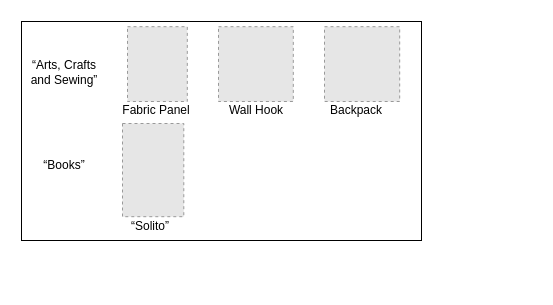
This is illustration-CIKM2023.drawio from wenqisun/data, a draw.io file, before an edit. Source tidied: cells renumbered, new cells numbered last; positions are measured from the earlier drawing's top-left corner, leaving out a move shared by most shapes. Both pictures are drawn from the tidied source at 100%, with x=0, y=0 at pixel (21, 21). Pictures stored in the file or linked from it are replaced by grey dashed boxes.
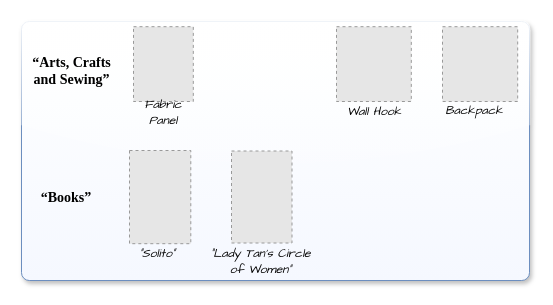
Above is the later version.

Change to the diagram source:
```diff
@@
 <mxGraphModel>
   <root>
     <mxCell id="0" />
     <mxCell id="1" parent="0" />
-    <mxCell id="2" style="rounded=0;whiteSpace=wrap;html=1;" parent="1" vertex="1">
-      <mxGeometry width="400" height="219" as="geometry" />
+    <mxCell id="2" style="rounded=1;whiteSpace=wrap;html=1;shadow=1;glass=1;arcSize=3;fillColor=default;strokeColor=#6c8ebf;gradientColor=#F5F8FF;" parent="1" vertex="1">
+      <mxGeometry width="508" height="259" as="geometry" />
     </mxCell>
-    <mxCell id="3" value="“Arts, Crafts and Sewing”" style="text;strokeColor=none;align=center;fillColor=none;html=1;verticalAlign=middle;whiteSpace=wrap;rounded=0;" parent="1" vertex="1">
-      <mxGeometry x="3" y="36" width="80" height="30" as="geometry" />
+    <mxCell id="3" value="&lt;b&gt;&lt;font face=&quot;Times New Roman&quot; style=&quot;font-size: 14px;&quot;&gt;“Arts, Crafts and Sewing”&lt;/font&gt;&lt;/b&gt;" style="text;strokeColor=none;align=center;fillColor=none;html=1;verticalAlign=middle;whiteSpace=wrap;rounded=0;" parent="1" vertex="1">
+      <mxGeometry x="3" y="35" width="95" height="30" as="geometry" />
     </mxCell>
     <mxCell id="4" style="fillColor=#E6E6E6;strokeColor=#999999;dashed=1;verticalLabelPosition=bottom;verticalAlign=top;" parent="1" vertex="1">
-      <mxGeometry x="106" y="5.2" width="59.8" height="74.8" as="geometry" />
+      <mxGeometry x="112" y="5.2" width="59.8" height="74.8" as="geometry" />
     </mxCell>
-    <mxCell id="5" value="Fabric Panel" style="text;strokeColor=none;align=center;fillColor=none;html=1;verticalAlign=middle;whiteSpace=wrap;rounded=0;" parent="1" vertex="1">
-      <mxGeometry x="99.9" y="74" width="70" height="30" as="geometry" />
+    <mxCell id="5" value="&lt;font face=&quot;Comic Sans MS&quot;&gt;&lt;i&gt;Fabric Panel&lt;/i&gt;&lt;/font&gt;" style="text;strokeColor=none;align=center;fillColor=none;html=1;verticalAlign=middle;whiteSpace=wrap;rounded=0;" parent="1" vertex="1">
+      <mxGeometry x="106.9" y="76" width="70" height="30" as="geometry" />
     </mxCell>
-    <mxCell id="6" value="Wall Hook" style="text;strokeColor=none;align=center;fillColor=none;html=1;verticalAlign=middle;whiteSpace=wrap;rounded=0;" parent="1" vertex="1">
-      <mxGeometry x="200" y="74" width="70" height="30" as="geometry" />
+    <mxCell id="6" value="&lt;font face=&quot;Comic Sans MS&quot;&gt;&lt;i&gt;Wall Hook&lt;/i&gt;&lt;/font&gt;" style="text;strokeColor=none;align=center;fillColor=none;html=1;verticalAlign=middle;whiteSpace=wrap;rounded=0;" parent="1" vertex="1">
+      <mxGeometry x="318" y="75" width="70" height="30" as="geometry" />
     </mxCell>
     <mxCell id="7" style="fillColor=#E6E6E6;strokeColor=#999999;dashed=1;verticalLabelPosition=bottom;verticalAlign=top;" parent="1" vertex="1">
-      <mxGeometry x="197" y="5.2" width="74.8" height="74.8" as="geometry" />
+      <mxGeometry x="315" y="5.2" width="74.8" height="74.8" as="geometry" />
     </mxCell>
     <mxCell id="8" style="fillColor=#E6E6E6;strokeColor=#999999;dashed=1;verticalLabelPosition=bottom;verticalAlign=top;" parent="1" vertex="1">
-      <mxGeometry x="303" y="5.2" width="75.2" height="74.8" as="geometry" />
+      <mxGeometry x="421" y="5.2" width="75.2" height="74.8" as="geometry" />
     </mxCell>
-    <mxCell id="9" value="Backpack" style="text;strokeColor=none;align=center;fillColor=none;html=1;verticalAlign=middle;whiteSpace=wrap;rounded=0;" parent="1" vertex="1">
-      <mxGeometry x="300" y="74" width="70" height="30" as="geometry" />
+    <mxCell id="9" value="&lt;font face=&quot;Comic Sans MS&quot;&gt;&lt;i&gt;Backpack&lt;/i&gt;&lt;/font&gt;" style="text;strokeColor=none;align=center;fillColor=none;html=1;verticalAlign=middle;whiteSpace=wrap;rounded=0;" parent="1" vertex="1">
+      <mxGeometry x="418" y="74" width="70" height="30" as="geometry" />
     </mxCell>
-    <mxCell id="10" value="“Books”" style="text;strokeColor=none;align=center;fillColor=none;html=1;verticalAlign=middle;whiteSpace=wrap;rounded=0;" parent="1" vertex="1">
-      <mxGeometry x="3" y="129" width="80" height="30" as="geometry" />
+    <mxCell id="10" value="&lt;font face=&quot;Times New Roman&quot; style=&quot;font-size: 14px;&quot;&gt;&lt;b style=&quot;&quot;&gt;“Books”&lt;/b&gt;&lt;/font&gt;" style="text;strokeColor=none;align=center;fillColor=none;html=1;verticalAlign=middle;whiteSpace=wrap;rounded=0;" parent="1" vertex="1">
+      <mxGeometry x="5" y="162" width="80" height="30" as="geometry" />
     </mxCell>
-    <mxCell id="11" value="“Solito”" style="text;strokeColor=none;align=center;fillColor=none;html=1;verticalAlign=middle;whiteSpace=wrap;rounded=0;" parent="1" vertex="1">
-      <mxGeometry x="93.9" y="190" width="70" height="30" as="geometry" />
+    <mxCell id="11" value="&lt;i&gt;&lt;font face=&quot;Comic Sans MS&quot;&gt;“Solito”&lt;/font&gt;&lt;/i&gt;" style="text;strokeColor=none;align=center;fillColor=none;html=1;verticalAlign=middle;whiteSpace=wrap;rounded=0;" parent="1" vertex="1">
+      <mxGeometry x="100.9" y="217" width="70" height="30" as="geometry" />
     </mxCell>
     <mxCell id="12" style="fillColor=#E6E6E6;strokeColor=#999999;dashed=1;verticalLabelPosition=bottom;verticalAlign=top;" parent="1" vertex="1">
-      <mxGeometry x="101" y="102" width="61.3" height="93.2" as="geometry" />
+      <mxGeometry x="108" y="129" width="61.3" height="93.2" as="geometry" />
     </mxCell>
+    <mxCell id="13" value="&lt;font face=&quot;Comic Sans MS&quot;&gt;&lt;i&gt;“Lady Tan's Circle of Women”&lt;/i&gt;&lt;/font&gt;" style="text;strokeColor=none;align=center;fillColor=none;html=1;verticalAlign=middle;whiteSpace=wrap;rounded=0;" parent="1" vertex="1">
+      <mxGeometry x="186.9" y="225" width="105.1" height="30" as="geometry" />
+    </mxCell>
+    <mxCell id="14" style="fillColor=#E6E6E6;strokeColor=#999999;dashed=1;verticalLabelPosition=bottom;verticalAlign=top;" parent="1" vertex="1">
+      <mxGeometry x="210" y="129.5" width="60.5" height="92" as="geometry" />
+    </mxCell>
   </root>
 </mxGraphModel>
```
